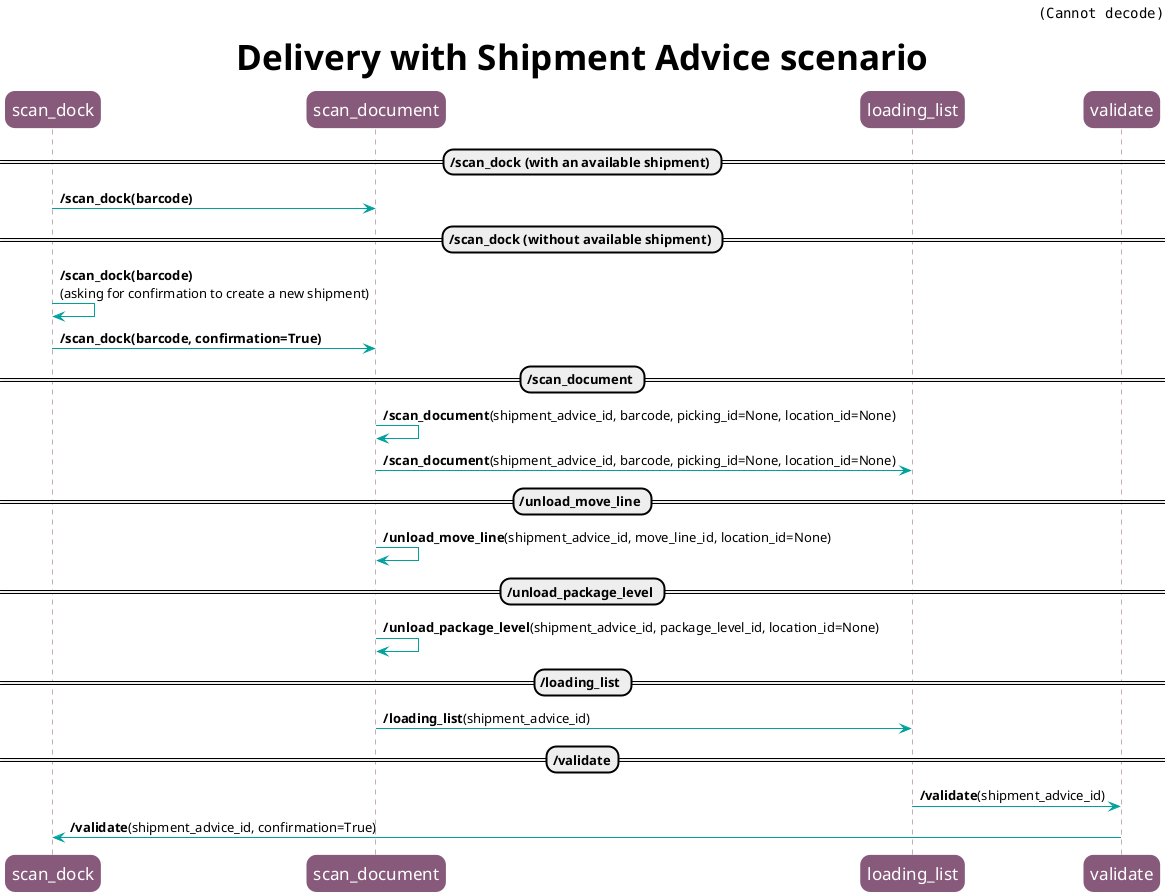
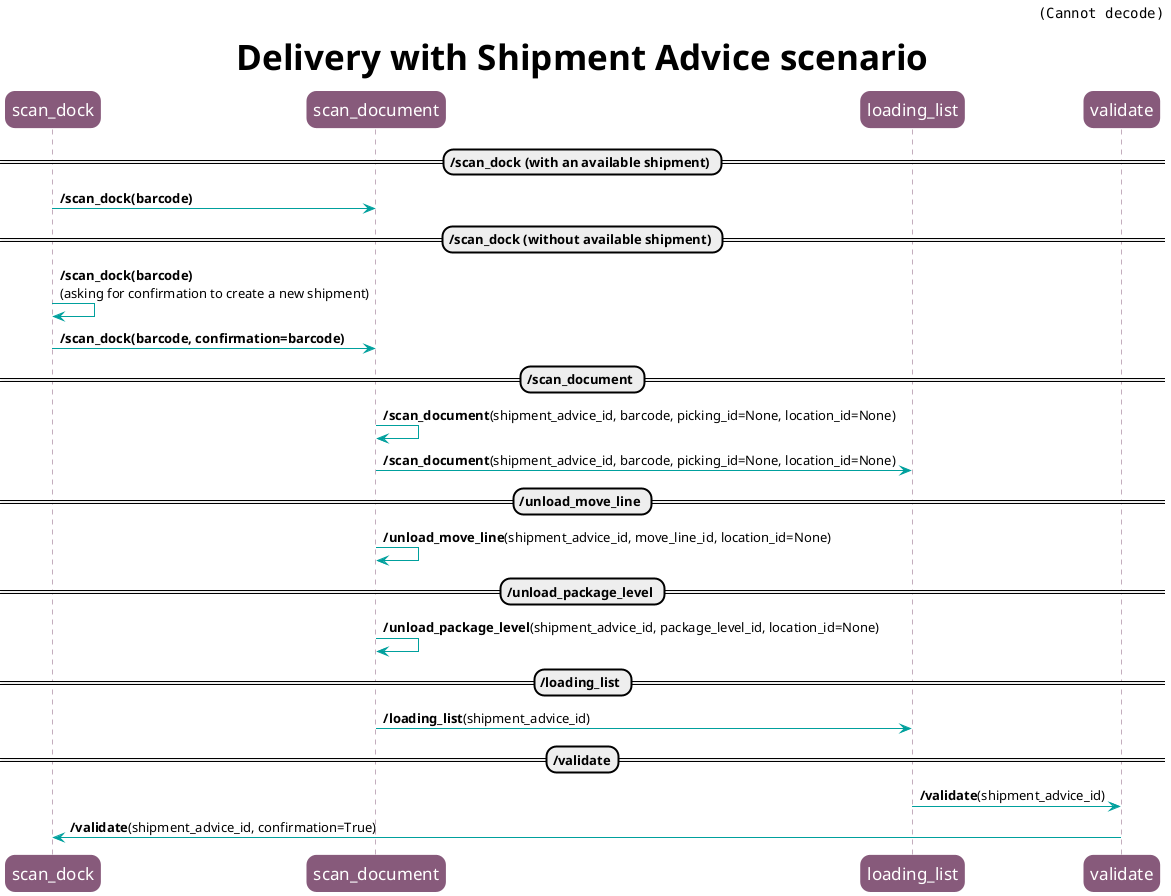
# Diagram to generate with PlantUML (https://plantuml.com/)
#
#   $ sudo apt install plantuml
#   $ plantuml delivery_diag_seq.plantuml
#

@startuml

skinparam roundcorner 20
skinparam sequence {

ParticipantBorderColor #875A7B
ParticipantBackgroundColor #875A7B
ParticipantFontSize 17
ParticipantFontColor white

LifeLineBorderColor #875A7B

ArrowColor #00A09D
}

header <img:oca_logo.png>
title <size:35>Delivery with Shipment Advice scenario</size>

== /scan_dock (with an available shipment) ==
scan_dock -> scan_document: **/scan_dock(barcode)**

== /scan_dock (without available shipment) ==
scan_dock -> scan_dock: **/scan_dock(barcode)**\n(asking for confirmation to create a new shipment)
- scan_dock -> scan_document: **/scan_dock(barcode, confirmation=True)**
+ scan_dock -> scan_document: **/scan_dock(barcode, confirmation=barcode)**

== /scan_document ==
scan_document -> scan_document: **/scan_document**(shipment_advice_id, barcode, picking_id=None, location_id=None)
scan_document -> loading_list: **/scan_document**(shipment_advice_id, barcode, picking_id=None, location_id=None)

== /unload_move_line ==
scan_document -> scan_document: **/unload_move_line**(shipment_advice_id, move_line_id, location_id=None)

== /unload_package_level ==
scan_document -> scan_document: **/unload_package_level**(shipment_advice_id, package_level_id, location_id=None)

== /loading_list ==
scan_document -> loading_list: **/loading_list**(shipment_advice_id)

== /validate==
loading_list -> validate: **/validate**(shipment_advice_id)
validate-> scan_dock: **/validate**(shipment_advice_id, confirmation=True)

@enduml
